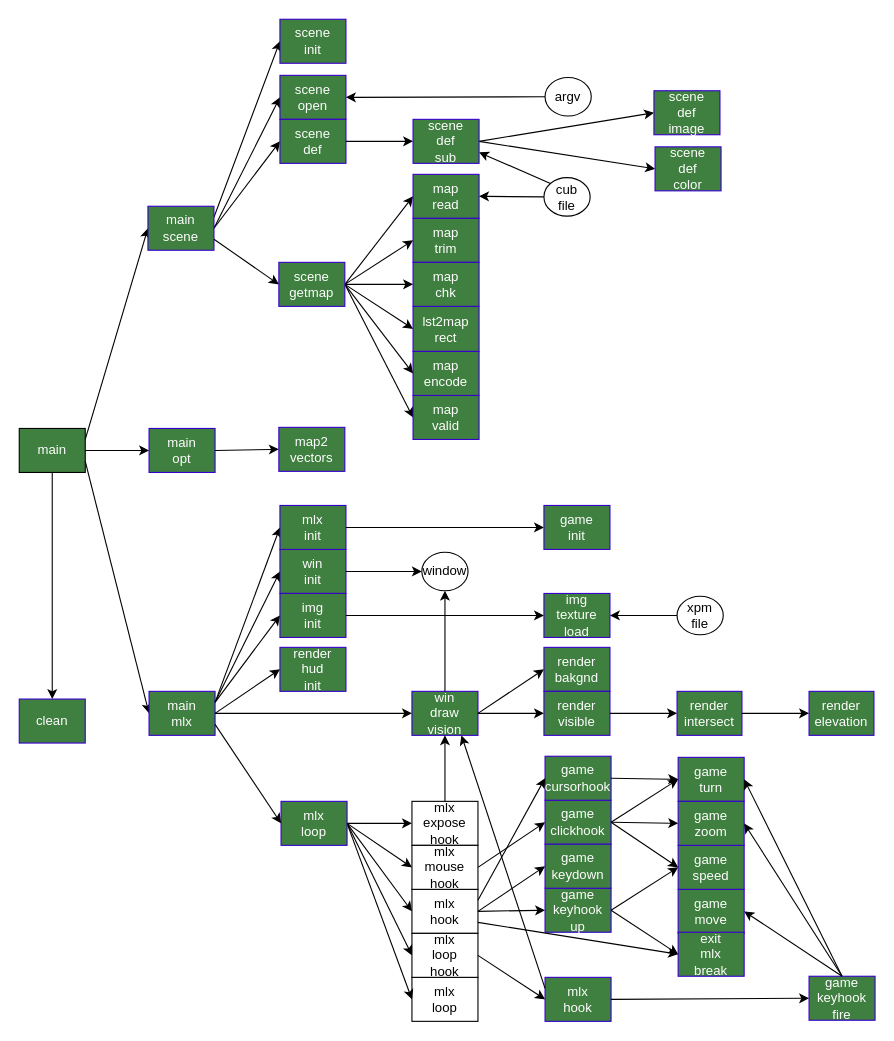
Earlier version of the draw.io diagram flow_cub3d.drawio (yunixuma/raycaster). Source tidied: cells renumbered, new cells numbered last; positions are measured from the earlier drawing's top-left corner, leaving out a move shared by most shapes. Both pictures are drawn from the tidied source at 110%, with x=0, y=0 at pixel (19, 19).
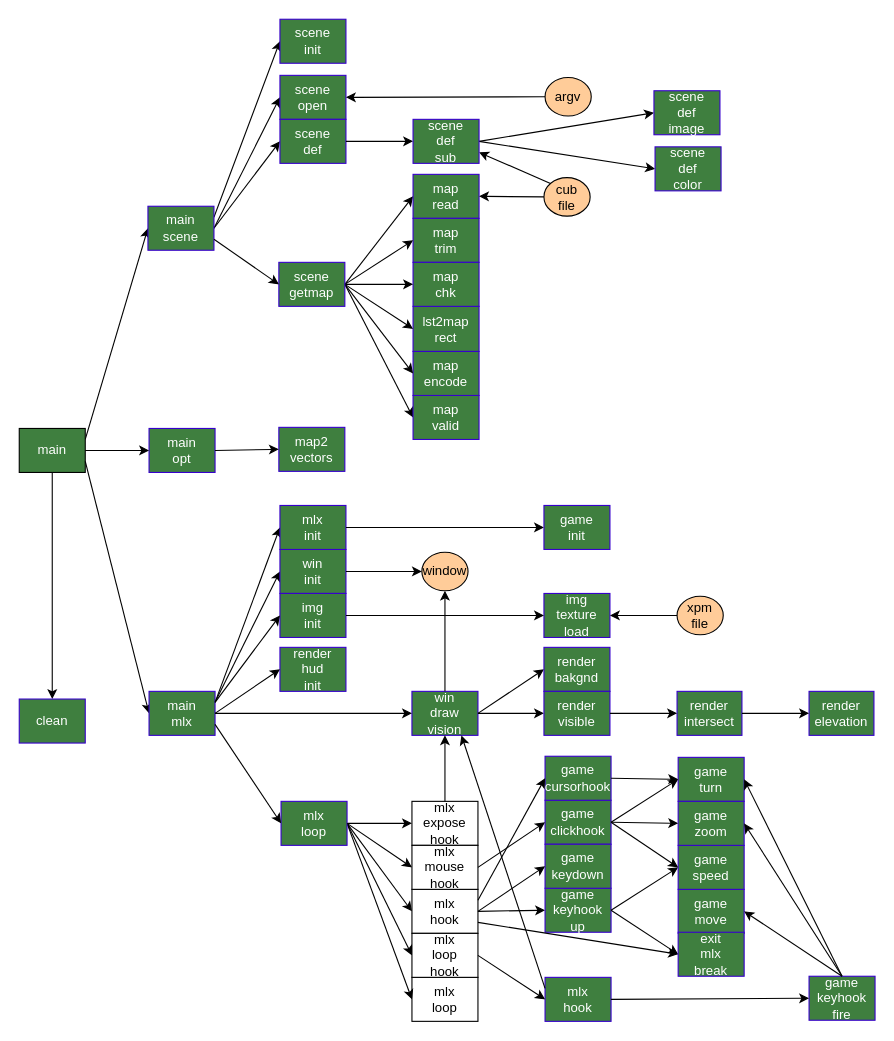
The same diagram, later.

Commit message:
Modify flow chart (coloring of resources)

Change to the diagram source:
```diff
@@
-    <mxCell id="18" value="argv" style="ellipse;whiteSpace=wrap;html=1;" parent="1" vertex="1">
+    <mxCell id="18" value="argv" style="ellipse;whiteSpace=wrap;html=1;fillColor=#FFCC99;" parent="1" vertex="1">
       <mxGeometry x="478" y="53" width="42" height="35" as="geometry" />
     </mxCell>
@@
-    <mxCell id="45" value="window" style="ellipse;whiteSpace=wrap;html=1;" parent="1" vertex="1">
+    <mxCell id="45" value="window" style="ellipse;whiteSpace=wrap;html=1;fillColor=#FFCC99;" parent="1" vertex="1">
       <mxGeometry x="366" y="484.5" width="42" height="35" as="geometry" />
     </mxCell>
@@
-    <mxCell id="68" value="cub&lt;br&gt;file" style="ellipse;whiteSpace=wrap;html=1;" parent="1" vertex="1">
+    <mxCell id="68" value="cub&lt;br&gt;file" style="ellipse;whiteSpace=wrap;html=1;fillColor=#FFCC99;" parent="1" vertex="1">
       <mxGeometry x="477" y="144" width="42" height="35" as="geometry" />
     </mxCell>
@@
-    <mxCell id="73" value="xpm&lt;br&gt;file" style="ellipse;whiteSpace=wrap;html=1;" parent="1" vertex="1">
+    <mxCell id="73" value="xpm&lt;br&gt;file" style="ellipse;whiteSpace=wrap;html=1;fillColor=#FFCC99;" parent="1" vertex="1">
       <mxGeometry x="598" y="524.5" width="42" height="35" as="geometry" />
     </mxCell>
```
